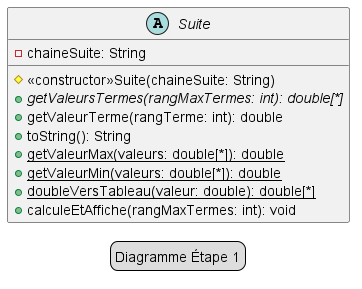
The PlantUML diagram plantuml/etape_1_diagramme.png in carlkolodziejski/sweet, before a commit. Its diagram source:
```plantuml
@startuml
legend Diagramme Étape 1

abstract class Suite {
    -chaineSuite: String

    #<<constructor>>Suite(chaineSuite: String)
    +{abstract}getValeursTermes(rangMaxTermes: int): double[*]
    +getValeurTerme(rangTerme: int): double
    +toString(): String
    +{static}getValeurMax(valeurs: double[*]): double
    +{static}getValeurMin(valeurs: double[*]): double
    +{static}doubleVersTableau(valeur: double): double[*]
    +calculeEtAffiche(rangMaxTermes: int): void
}

@enduml
```
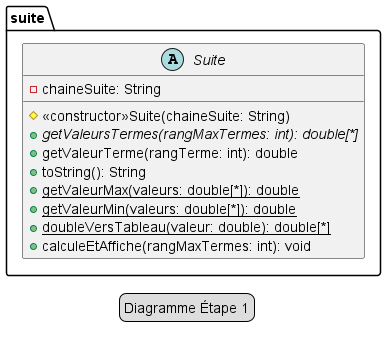
Later version of the same file.

The edit, as a diff of the source:
```diff
@@ -1,17 +1,20 @@
 @startuml
 legend Diagramme Étape 1
 
-abstract class Suite {
-    -chaineSuite: String
+package suite {
 
-    #<<constructor>>Suite(chaineSuite: String)
-    +{abstract}getValeursTermes(rangMaxTermes: int): double[*]
-    +getValeurTerme(rangTerme: int): double
-    +toString(): String
-    +{static}getValeurMax(valeurs: double[*]): double
-    +{static}getValeurMin(valeurs: double[*]): double
-    +{static}doubleVersTableau(valeur: double): double[*]
-    +calculeEtAffiche(rangMaxTermes: int): void
+    abstract class Suite {
+        -chaineSuite: String
+
+        #<<constructor>>Suite(chaineSuite: String)
+        +{abstract}getValeursTermes(rangMaxTermes: int): double[*]
+        +getValeurTerme(rangTerme: int): double
+        +toString(): String
+        +{static}getValeurMax(valeurs: double[*]): double
+        +{static}getValeurMin(valeurs: double[*]): double
+        +{static}doubleVersTableau(valeur: double): double[*]
+        +calculeEtAffiche(rangMaxTermes: int): void
+    }
+
 }
-
 @enduml
```
